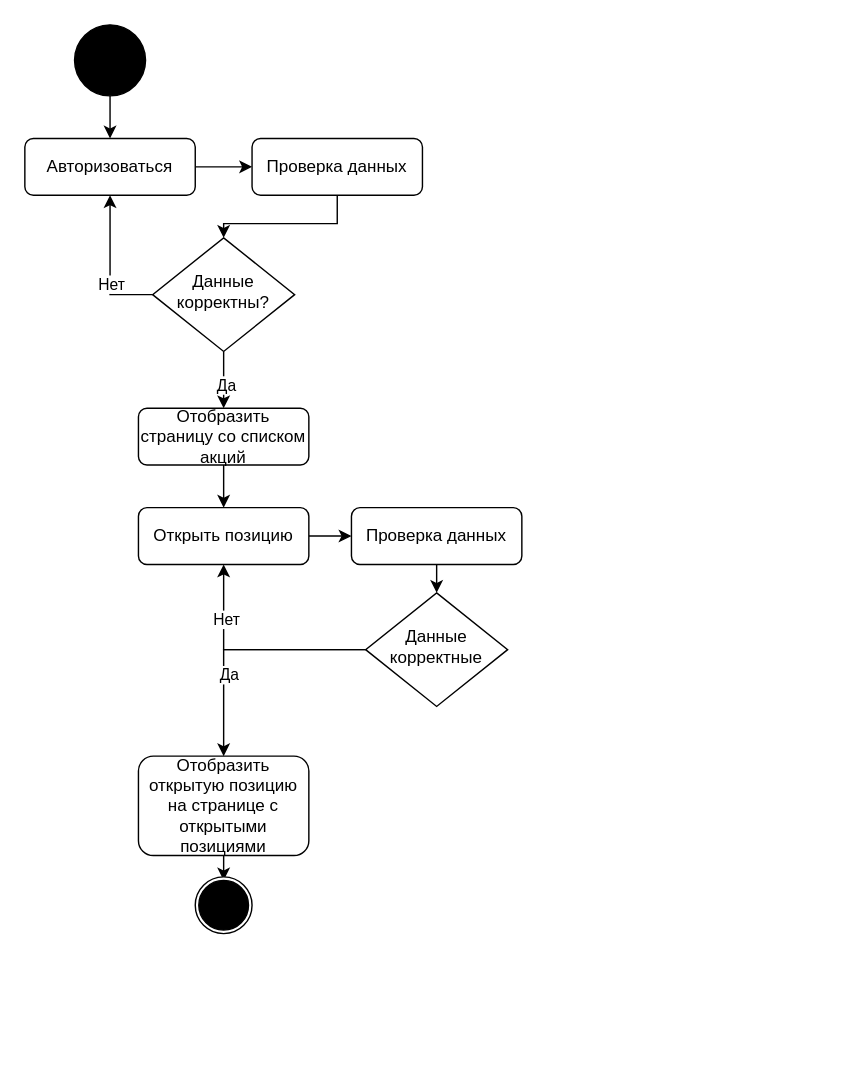
Earlier version of the draw.io diagram Диплом Блок-Схема Алгоритма.drawio (DarkReduX/Diagrams-for-projects). Source tidied: cells renumbered, new cells numbered last; positions are measured from the earlier drawing's top-left corner, leaving out a move shared by most shapes. Both pictures are drawn from the tidied source at 142%, with x=0, y=0 at pixel (24, 24).
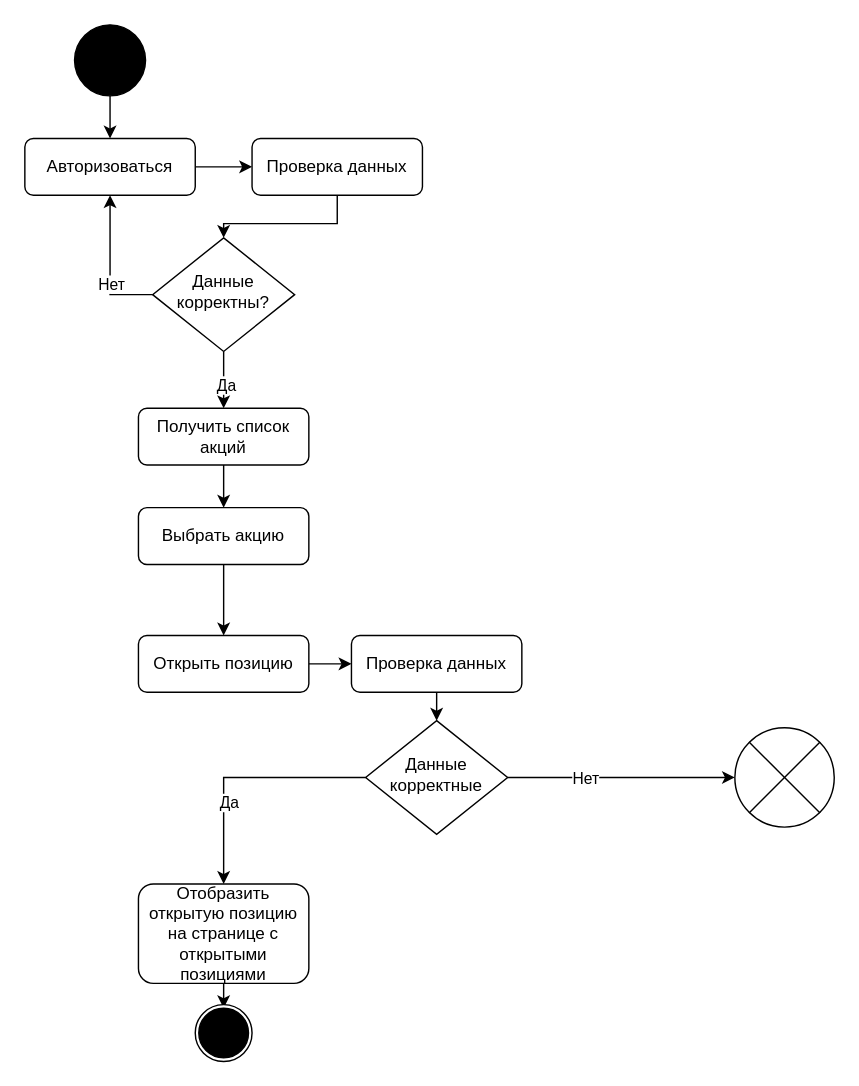
The same diagram, later.

What changed in the source:
```diff
@@
-    <mxCell id="11" style="edgeStyle=orthogonalEdgeStyle;rounded=0;jettySize=auto;html=1;exitX=0;exitY=0.5;exitDx=0;exitDy=0;entryX=0.5;entryY=0;entryDx=0;entryDy=0;" parent="1" edge="1" source="15" target="17">
-      <mxGeometry relative="1" as="geometry" />
-    </mxCell>
-    <mxCell id="12" value="Да" style="edgeLabel;html=1;align=center;verticalAlign=middle;" parent="11" vertex="1">
-      <mxGeometry x="0.1" y="1" relative="1" as="geometry">
-        <mxPoint x="-1" y="16" as="offset" />
-      </mxGeometry>
-    </mxCell>
-    <mxCell id="13" style="edgeStyle=orthogonalEdgeStyle;rounded=0;jettySize=auto;html=1;exitX=0;exitY=0.5;exitDx=0;exitDy=0;" parent="1" edge="1" source="15" target="23">
-      <mxGeometry relative="1" as="geometry" />
-    </mxCell>
-    <mxCell id="14" value="Нет" style="edgeLabel;html=1;align=center;verticalAlign=middle;" parent="13" vertex="1">
-      <mxGeometry x="0.53" y="-1" relative="1" as="geometry" />
-    </mxCell>
-    <mxCell id="15" value="Данные корректные" style="rhombus;whiteSpace=wrap;html=1;shadow=0;fontFamily=Helvetica;fontSize=12;align=center;strokeWidth=1;spacing=6;spacingTop=-4;" parent="1" vertex="1">
-      <mxGeometry x="240" y="400" width="100" height="80" as="geometry" />
-    </mxCell>
-    <mxCell id="16" style="edgeStyle=orthogonalEdgeStyle;rounded=0;jettySize=auto;html=1;exitX=0.5;exitY=1;exitDx=0;exitDy=0;" parent="1" edge="1" source="17" target="27">
-      <mxGeometry relative="1" as="geometry" />
-    </mxCell>
-    <mxCell id="17" value="Отобразить открытую позицию на странице с открытыми позициями" style="rounded=1;whiteSpace=wrap;html=1;fontSize=12;glass=0;strokeWidth=1;shadow=0;" parent="1" vertex="1">
-      <mxGeometry x="80" y="515" width="120" height="70" as="geometry" />
-    </mxCell>
-    <mxCell id="18" style="edgeStyle=orthogonalEdgeStyle;rounded=0;jettySize=auto;html=1;exitX=0.5;exitY=1;exitDx=0;exitDy=0;" parent="1" edge="1" source="19" target="23">
-      <mxGeometry relative="1" as="geometry" />
-    </mxCell>
+    <mxCell id="28" style="edgeStyle=orthogonalEdgeStyle;rounded=0;jettySize=auto;html=1;exitX=0.5;exitY=1;exitDx=0;exitDy=0;" parent="1" edge="1" source="19" target="34">
+      <mxGeometry relative="1" as="geometry" />
+    </mxCell>
-    <mxCell id="19" value="Отобразить страницу со списком акций" style="rounded=1;whiteSpace=wrap;html=1;fontSize=12;glass=0;strokeWidth=1;shadow=0;" parent="1" vertex="1">
+    <mxCell id="19" value="Получить список акций" style="rounded=1;whiteSpace=wrap;html=1;fontSize=12;glass=0;strokeWidth=1;shadow=0;" parent="1" vertex="1">
       <mxGeometry x="80" y="270" width="120" height="40" as="geometry" />
     </mxCell>
@@
+    <mxCell id="11" style="edgeStyle=orthogonalEdgeStyle;rounded=0;jettySize=auto;html=1;exitX=0;exitY=0.5;exitDx=0;exitDy=0;entryX=0.5;entryY=0;entryDx=0;entryDy=0;" parent="1" edge="1" source="15" target="17">
+      <mxGeometry relative="1" as="geometry" />
+    </mxCell>
+    <mxCell id="12" value="Да" style="edgeLabel;html=1;align=center;verticalAlign=middle;" parent="11" vertex="1">
+      <mxGeometry x="0.1" y="1" relative="1" as="geometry">
+        <mxPoint x="-1" y="16" as="offset" />
+      </mxGeometry>
+    </mxCell>
+    <mxCell id="29" style="edgeStyle=orthogonalEdgeStyle;rounded=0;jettySize=auto;html=1;exitX=1;exitY=0.5;exitDx=0;exitDy=0;entryX=0;entryY=0.5;entryDx=0;entryDy=0;entryPerimeter=0;" parent="1" edge="1" source="15" target="35">
+      <mxGeometry relative="1" as="geometry" />
+    </mxCell>
+    <mxCell id="14" value="Нет" style="edgeLabel;html=1;align=center;verticalAlign=middle;" parent="29" vertex="1">
+      <mxGeometry x="-0.33" relative="1" as="geometry" />
+    </mxCell>
+    <mxCell id="15" value="Данные корректные" style="rhombus;whiteSpace=wrap;html=1;shadow=0;fontFamily=Helvetica;fontSize=12;align=center;strokeWidth=1;spacing=6;spacingTop=-4;" parent="1" vertex="1">
+      <mxGeometry x="240" y="490" width="100" height="80" as="geometry" />
+    </mxCell>
+    <mxCell id="30" style="edgeStyle=orthogonalEdgeStyle;rounded=0;jettySize=auto;html=1;exitX=0.5;exitY=1;exitDx=0;exitDy=0;" parent="1" edge="1" source="17" target="33">
+      <mxGeometry relative="1" as="geometry" />
+    </mxCell>
+    <mxCell id="17" value="Отобразить открытую позицию на странице с открытыми позициями" style="rounded=1;whiteSpace=wrap;html=1;fontSize=12;glass=0;strokeWidth=1;shadow=0;" parent="1" vertex="1">
+      <mxGeometry x="80" y="605" width="120" height="70" as="geometry" />
+    </mxCell>
+    <mxCell id="31" style="edgeStyle=orthogonalEdgeStyle;rounded=0;jettySize=auto;html=1;" parent="1" edge="1" source="34" target="23">
+      <mxGeometry relative="1" as="geometry" />
+    </mxCell>
@@
     <mxCell id="23" value="Открыть позицию" style="rounded=1;whiteSpace=wrap;html=1;fontSize=12;glass=0;strokeWidth=1;shadow=0;" parent="1" vertex="1">
-      <mxGeometry x="80" y="340" width="120" height="40" as="geometry" />
+      <mxGeometry x="80" y="430" width="120" height="40" as="geometry" />
     </mxCell>
@@
     <mxCell id="25" value="Проверка данных" style="rounded=1;whiteSpace=wrap;html=1;fontSize=12;glass=0;strokeWidth=1;shadow=0;" parent="1" vertex="1">
-      <mxGeometry x="230" y="340" width="120" height="40" as="geometry" />
+      <mxGeometry x="230" y="430" width="120" height="40" as="geometry" />
     </mxCell>
-    <mxCell id="26" style="ellipse;whiteSpace=wrap;html=1;fillColor=#FFFFFF;" parent="1" vertex="1">
-      <mxGeometry x="120" y="600" width="40" height="40" as="geometry" />
-    </mxCell>
-    <mxCell id="27" style="ellipse;whiteSpace=wrap;html=1;fillColor=#000000;" parent="1" vertex="1">
-      <mxGeometry x="122.5" y="602.5" width="35" height="35" as="geometry" />
-    </mxCell>
+    <mxCell id="32" style="ellipse;whiteSpace=wrap;html=1;fillColor=#FFFFFF;" parent="1" vertex="1">
+      <mxGeometry x="120" y="690" width="40" height="40" as="geometry" />
+    </mxCell>
+    <mxCell id="33" style="ellipse;whiteSpace=wrap;html=1;fillColor=#000000;" parent="1" vertex="1">
+      <mxGeometry x="122.5" y="692.5" width="35" height="35" as="geometry" />
+    </mxCell>
+    <mxCell id="34" value="Выбрать акцию" style="rounded=1;whiteSpace=wrap;html=1;fontSize=12;glass=0;strokeWidth=1;shadow=0;" parent="1" vertex="1">
+      <mxGeometry x="80" y="340" width="120" height="40" as="geometry" />
+    </mxCell>
+    <mxCell id="35" style="verticalLabelPosition=bottom;verticalAlign=top;html=1;shape=mxgraph.flowchart.or;" parent="1" vertex="1">
+      <mxGeometry x="500" y="495" width="70" height="70" as="geometry" />
+    </mxCell>
```
